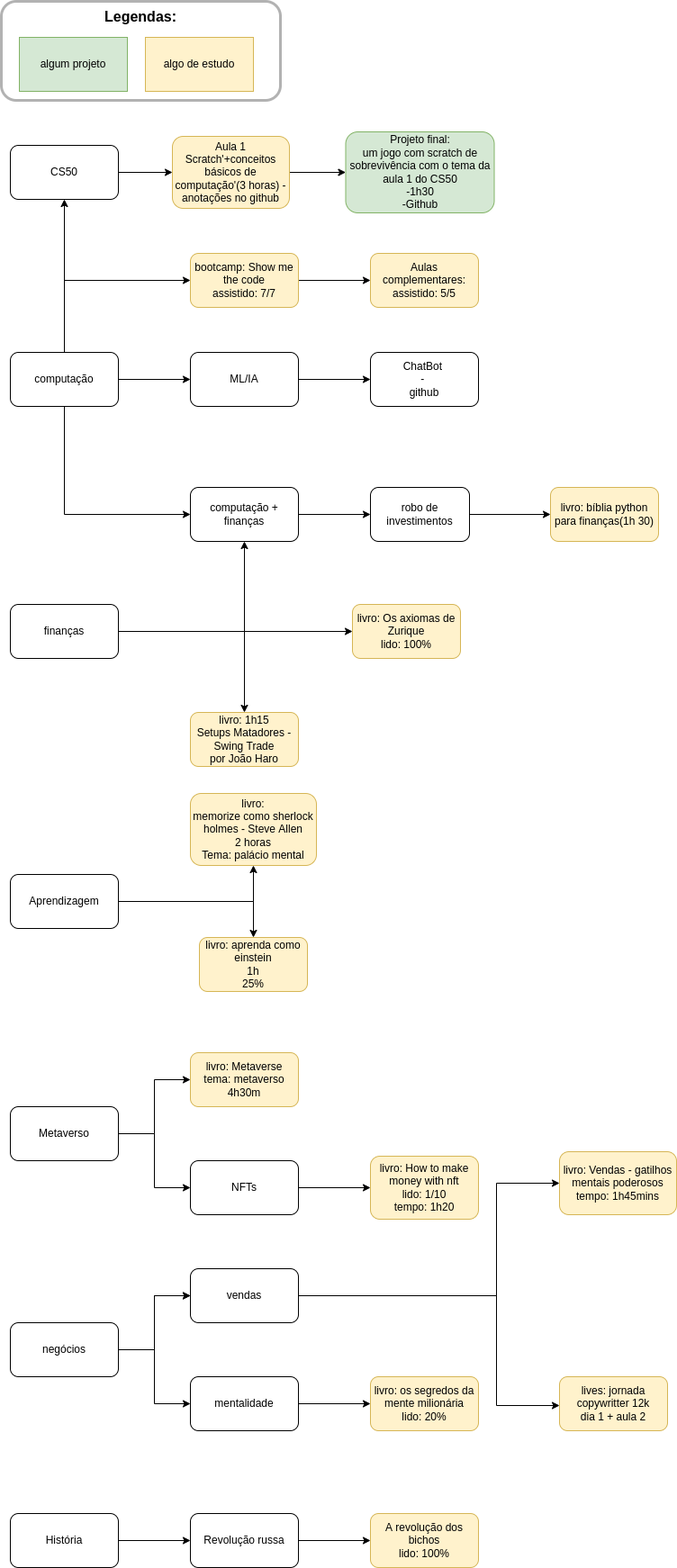
The draw.io diagram mystudies.drawio.png in gu-nog/my-studies, before a commit. Source tidied: cells renumbered, new cells last; positions are measured from the earlier drawing's top-left corner, leaving out a move shared by most shapes.
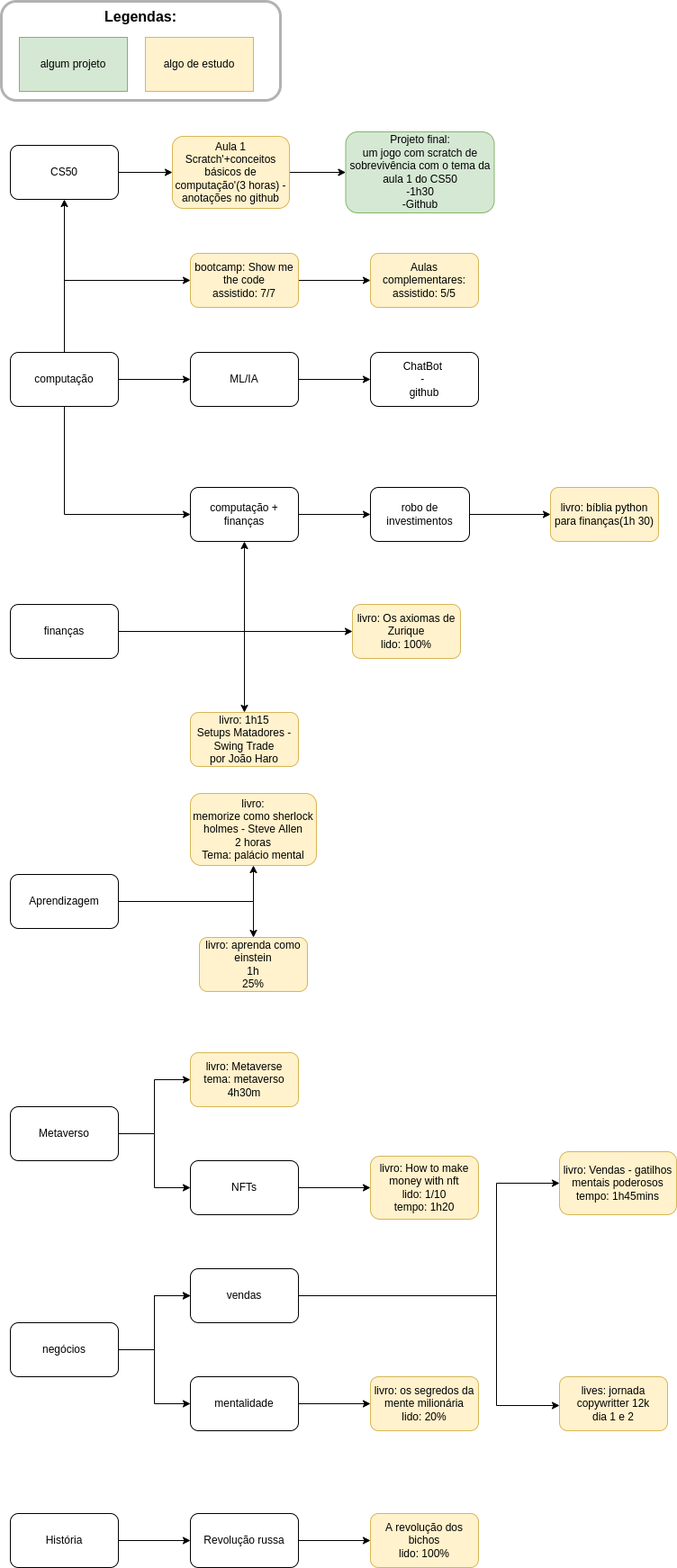
The same file after the commit.

Diff of the diagram source:
```diff
@@ -211,7 +211,7 @@
         </Array>
       </mxGeometry>
     </mxCell>
-    <mxCell id="60" value="lives: jornada copywritter 12k&lt;br&gt;dia 1 + aula 2" style="rounded=1;whiteSpace=wrap;html=1;fillColor=#fff2cc;strokeColor=#d6b656;" parent="1" vertex="1">
+    <mxCell id="60" value="lives: jornada copywritter 12k&lt;br&gt;dia 1 e 2" style="rounded=1;whiteSpace=wrap;html=1;fillColor=#fff2cc;strokeColor=#d6b656;" parent="1" vertex="1">
       <mxGeometry x="620" y="1528" width="120" height="60" as="geometry" />
     </mxCell>
   </root>
```
